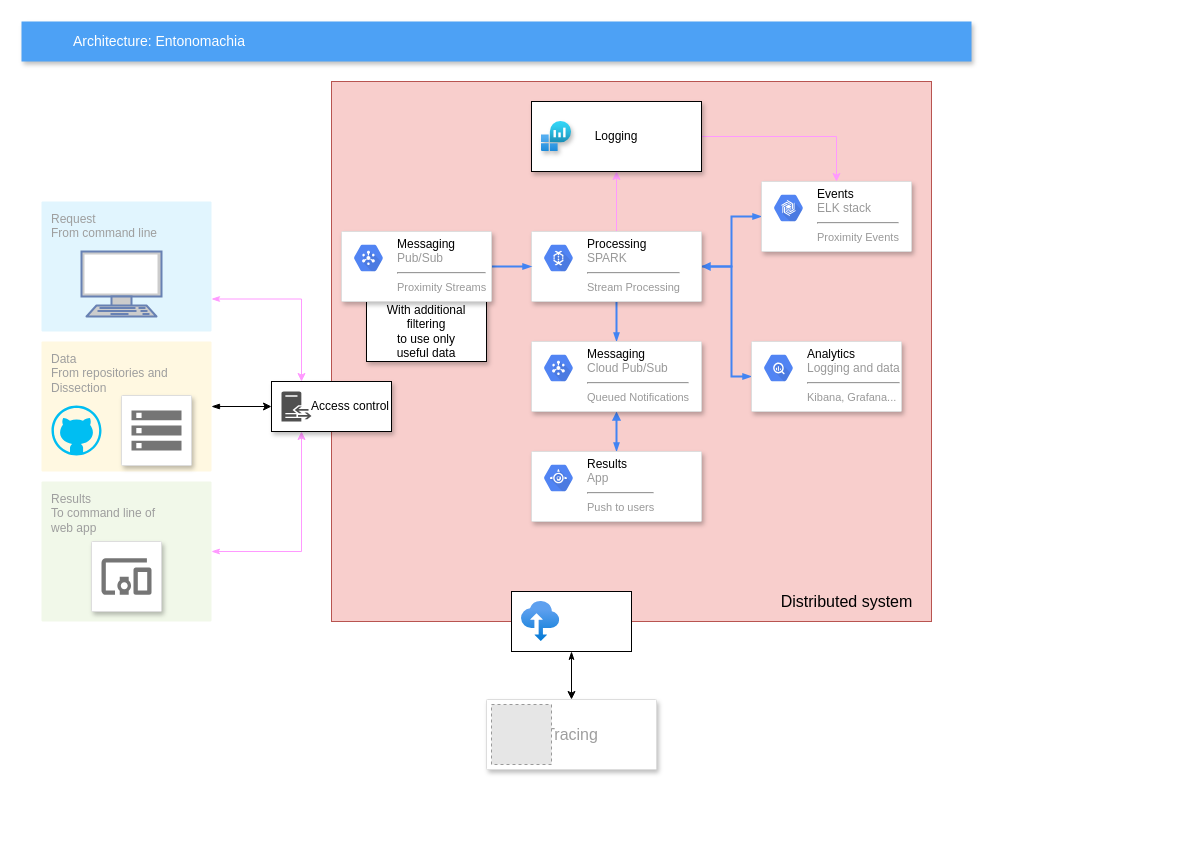
Earlier version of the draw.io diagram docs/Main.drawio (josura/Error-classification-ISD). Source tidied: cells renumbered, new cells numbered last; positions are measured from the earlier drawing's top-left corner, leaving out a move shared by most shapes. Both pictures are drawn from the tidied source at 100%, with x=0, y=0 at pixel (21, 21). Pictures stored in the file or linked from it are replaced by grey dashed boxes.
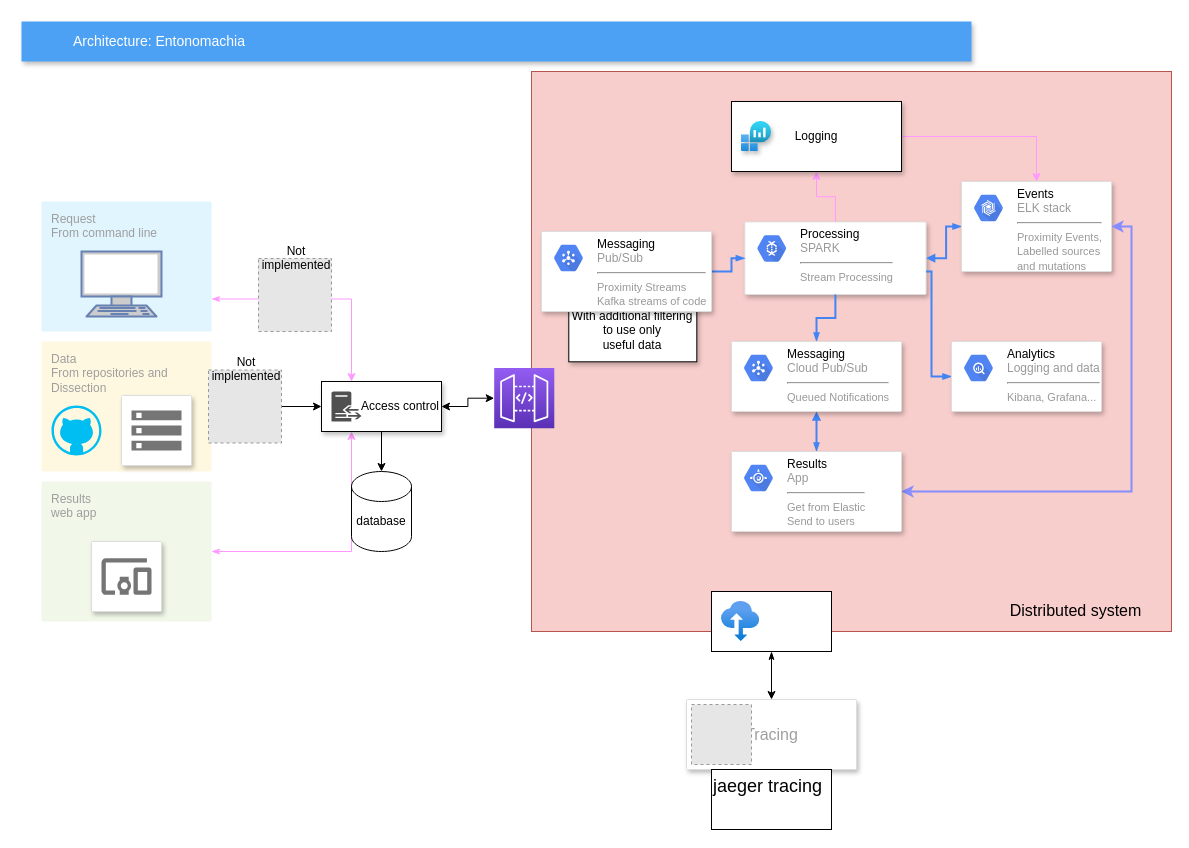
Above is the later version.

The edit, as a diff of the source:
```diff
@@
     <mxCell id="2" value="&lt;font style=&quot;font-size: 16px&quot;&gt;Tracing&lt;/font&gt;" style="strokeColor=#dddddd;fillColor=#ffffff;shadow=1;strokeWidth=1;rounded=1;absoluteArcSize=1;arcSize=2;fontSize=10;fontColor=#9E9E9E;align=center;html=1;" parent="1" vertex="1">
-      <mxGeometry x="465" y="678" width="170" height="70" as="geometry" />
+      <mxGeometry x="665" y="678" width="170" height="70" as="geometry" />
     </mxCell>
     <mxCell id="3" style="fillColor=#f8cecc;strokeColor=#b85450;shadow=0;fontSize=14;align=left;spacing=10;9E9E9E;verticalAlign=top;spacingTop=-4;fontStyle=0;spacingLeft=40;html=1;" parent="1" vertex="1">
-      <mxGeometry x="310" y="60" width="600" height="540" as="geometry" />
+      <mxGeometry x="510" y="50" width="640" height="560" as="geometry" />
     </mxCell>
     <mxCell id="4" value="&lt;div&gt;With additional filtering&lt;/div&gt;&lt;div&gt;to use only &lt;br&gt;&lt;/div&gt;&lt;div&gt;useful data&lt;br&gt;&lt;/div&gt;" style="rounded=0;whiteSpace=wrap;html=1;glass=0;shadow=1;" parent="3" vertex="1">
-      <mxGeometry x="35" y="220" width="120" height="60" as="geometry" />
+      <mxGeometry x="37.3" y="228.1" width="128" height="62.2" as="geometry" />
     </mxCell>
     <mxCell id="5" value="&lt;font style=&quot;font-size: 16px&quot;&gt;Distributed system&lt;/font&gt;" style="text;html=1;align=center;verticalAlign=middle;" parent="3" vertex="1">
-      <mxGeometry x="440" y="510" width="150" height="20" as="geometry" />
+      <mxGeometry x="469.3" y="528.9" width="150" height="20" as="geometry" />
     </mxCell>
+    <mxCell id="21" style="strokeColor=#dddddd;fillColor=#ffffff;shadow=1;strokeWidth=1;rounded=1;absoluteArcSize=1;arcSize=2;fontSize=10;fontColor=#9E9E9E;align=center;html=1;" parent="3" vertex="1">
+      <mxGeometry x="213.3" y="150.4" width="181.3" height="72.6" as="geometry" />
+    </mxCell>
+    <mxCell id="22" value="&lt;font color=&quot;#000000&quot;&gt;Processing&lt;/font&gt;&lt;br&gt;SPARK&lt;br&gt;&lt;hr&gt;&lt;font style=&quot;font-size: 11px&quot;&gt;Stream Processing&lt;/font&gt;" style="dashed=0;html=1;fillColor=#5184F3;strokeColor=none;shape=mxgraph.gcp2.hexIcon;prIcon=cloud_dataflow;labelPosition=right;verticalLabelPosition=middle;align=left;verticalAlign=top;spacingLeft=5;fontColor=#999999;fontSize=12;spacingTop=-8;" parent="21" vertex="1">
+      <mxGeometry width="44" height="39" relative="1" as="geometry">
+        <mxPoint x="5" y="7" as="offset" />
+      </mxGeometry>
+    </mxCell>
+    <mxCell id="46" style="sketch=0;points=[[0,0,0],[0.25,0,0],[0.5,0,0],[0.75,0,0],[1,0,0],[0,1,0],[0.25,1,0],[0.5,1,0],[0.75,1,0],[1,1,0],[0,0.25,0],[0,0.5,0],[0,0.75,0],[1,0.25,0],[1,0.5,0],[1,0.75,0]];outlineConnect=0;fontColor=#232F3E;gradientColor=#945DF2;gradientDirection=north;fillColor=#5A30B5;strokeColor=#ffffff;dashed=0;verticalLabelPosition=bottom;verticalAlign=top;align=center;html=1;fontSize=12;fontStyle=0;shape=mxgraph.aws4.resourceIcon;resIcon=mxgraph.aws4.api_gateway;" parent="3" vertex="1">
+      <mxGeometry x="-37.3" y="296.6" width="60.1" height="60.1" as="geometry" />
+    </mxCell>
@@
-    <mxCell id="12" value="&lt;div&gt;Results&lt;/div&gt;&lt;div&gt;To command line of&lt;/div&gt;&lt;div&gt;web app&lt;br&gt;&lt;/div&gt;" style="rounded=1;absoluteArcSize=1;arcSize=2;html=1;strokeColor=none;gradientColor=none;shadow=0;dashed=0;fontSize=12;fontColor=#9E9E9E;align=left;verticalAlign=top;spacing=10;spacingTop=-4;fillColor=#F1F8E9;" parent="1" vertex="1">
+    <mxCell id="12" value="&lt;div&gt;Results&lt;/div&gt;&lt;div&gt;web app&lt;br&gt;&lt;/div&gt;" style="rounded=1;absoluteArcSize=1;arcSize=2;html=1;strokeColor=none;gradientColor=none;shadow=0;dashed=0;fontSize=12;fontColor=#9E9E9E;align=left;verticalAlign=top;spacing=10;spacingTop=-4;fillColor=#F1F8E9;" parent="1" vertex="1">
       <mxGeometry x="20" y="460" width="170" height="140" as="geometry" />
     </mxCell>
@@
     <mxCell id="18" style="edgeStyle=orthogonalEdgeStyle;rounded=0;html=1;labelBackgroundColor=none;startFill=1;startSize=4;endArrow=blockThin;endFill=1;endSize=4;jettySize=auto;strokeColor=#4284F3;strokeWidth=2;fontSize=12;fontColor=#000000;align=center;dashed=0;" parent="1" edge="1" source="21" target="31">
       <mxGeometry relative="1" as="geometry">
         <Array as="points">
-          <mxPoint x="710" y="245" />
-          <mxPoint x="710" y="355" />
+          <mxPoint x="910" y="250" />
+          <mxPoint x="910" y="355" />
         </Array>
       </mxGeometry>
     </mxCell>
@@
-    <mxCell id="21" style="strokeColor=#dddddd;fillColor=#ffffff;shadow=1;strokeWidth=1;rounded=1;absoluteArcSize=1;arcSize=2;fontSize=10;fontColor=#9E9E9E;align=center;html=1;" parent="1" vertex="1">
-      <mxGeometry x="510" y="210" width="170" height="70" as="geometry" />
-    </mxCell>
-    <mxCell id="22" value="&lt;font color=&quot;#000000&quot;&gt;Processing&lt;/font&gt;&lt;br&gt;SPARK&lt;br&gt;&lt;hr&gt;&lt;font style=&quot;font-size: 11px&quot;&gt;Stream Processing&lt;/font&gt;" style="dashed=0;html=1;fillColor=#5184F3;strokeColor=none;shape=mxgraph.gcp2.hexIcon;prIcon=cloud_dataflow;labelPosition=right;verticalLabelPosition=middle;align=left;verticalAlign=top;spacingLeft=5;fontColor=#999999;fontSize=12;spacingTop=-8;" parent="21" vertex="1">
-      <mxGeometry width="44" height="39" relative="1" as="geometry">
-        <mxPoint x="5" y="7" as="offset" />
-      </mxGeometry>
-    </mxCell>
@@
     <mxCell id="24" style="strokeColor=#dddddd;fillColor=#ffffff;shadow=1;strokeWidth=1;rounded=1;absoluteArcSize=1;arcSize=2;fontSize=10;fontColor=#9E9E9E;align=center;html=1;" parent="1" vertex="1">
-      <mxGeometry x="320" y="210" width="150" height="70" as="geometry" />
+      <mxGeometry x="520" y="210" width="170" height="80" as="geometry" />
     </mxCell>
-    <mxCell id="25" value="&lt;font color=&quot;#000000&quot;&gt;Messaging&lt;/font&gt;&lt;br&gt;Pub/Sub&lt;hr&gt;&lt;font style=&quot;font-size: 11px&quot;&gt;Proximity Streams&lt;/font&gt;" style="dashed=0;html=1;fillColor=#5184F3;strokeColor=none;shape=mxgraph.gcp2.hexIcon;prIcon=cloud_pubsub;labelPosition=right;verticalLabelPosition=middle;align=left;verticalAlign=top;spacingLeft=5;fontColor=#999999;fontSize=12;spacingTop=-8;" parent="24" vertex="1">
+    <mxCell id="25" value="&lt;font color=&quot;#000000&quot;&gt;Messaging&lt;/font&gt;&lt;br&gt;Pub/Sub&lt;hr&gt;&lt;div&gt;&lt;font style=&quot;font-size: 11px&quot;&gt;Proximity Streams&lt;/font&gt;&lt;/div&gt;&lt;div&gt;&lt;font style=&quot;font-size: 11px&quot;&gt;Kafka streams of code&lt;br&gt;&lt;/font&gt;&lt;/div&gt;" style="dashed=0;html=1;fillColor=#5184F3;strokeColor=none;shape=mxgraph.gcp2.hexIcon;prIcon=cloud_pubsub;labelPosition=right;verticalLabelPosition=middle;align=left;verticalAlign=top;spacingLeft=5;fontColor=#999999;fontSize=12;spacingTop=-8;" parent="24" vertex="1">
       <mxGeometry width="44" height="39" relative="1" as="geometry">
         <mxPoint x="5" y="7" as="offset" />
       </mxGeometry>
     </mxCell>
     <mxCell id="26" style="strokeColor=#dddddd;fillColor=#ffffff;shadow=1;strokeWidth=1;rounded=1;absoluteArcSize=1;arcSize=2;fontSize=10;fontColor=#9E9E9E;align=center;html=1;" parent="1" vertex="1">
-      <mxGeometry x="740" y="160" width="150" height="70" as="geometry" />
+      <mxGeometry x="940" y="160" width="150" height="90" as="geometry" />
     </mxCell>
-    <mxCell id="27" value="&lt;font color=&quot;#000000&quot;&gt;Events&lt;/font&gt;&lt;br&gt;ELK stack&lt;br&gt;&lt;hr&gt;&lt;font style=&quot;font-size: 11px&quot;&gt;Proximity Events&lt;/font&gt;" style="dashed=0;html=1;fillColor=#5184F3;strokeColor=none;shape=mxgraph.gcp2.hexIcon;prIcon=cloud_bigtable;labelPosition=right;verticalLabelPosition=middle;align=left;verticalAlign=top;spacingLeft=5;fontColor=#999999;fontSize=12;spacingTop=-8;" parent="26" vertex="1">
+    <mxCell id="27" value="&lt;font color=&quot;#000000&quot;&gt;Events&lt;/font&gt;&lt;br&gt;ELK stack&lt;br&gt;&lt;hr&gt;&lt;div&gt;&lt;font style=&quot;font-size: 11px&quot;&gt;Proximity Events, &lt;br&gt;&lt;/font&gt;&lt;/div&gt;&lt;div&gt;&lt;font style=&quot;font-size: 11px&quot;&gt;Labelled sources &lt;br&gt;&lt;/font&gt;&lt;/div&gt;&lt;div&gt;&lt;font style=&quot;font-size: 11px&quot;&gt;and mutations&lt;br&gt;&lt;/font&gt;&lt;/div&gt;" style="dashed=0;html=1;fillColor=#5184F3;strokeColor=none;shape=mxgraph.gcp2.hexIcon;prIcon=cloud_bigtable;labelPosition=right;verticalLabelPosition=middle;align=left;verticalAlign=top;spacingLeft=5;fontColor=#999999;fontSize=12;spacingTop=-8;" parent="26" vertex="1">
       <mxGeometry width="44" height="39" relative="1" as="geometry">
         <mxPoint x="5" y="7" as="offset" />
       </mxGeometry>
     </mxCell>
@@
     <mxCell id="29" style="strokeColor=#dddddd;fillColor=#ffffff;shadow=1;strokeWidth=1;rounded=1;absoluteArcSize=1;arcSize=2;fontSize=10;fontColor=#9E9E9E;align=center;html=1;" parent="1" vertex="1">
-      <mxGeometry x="510" y="320" width="170" height="70" as="geometry" />
+      <mxGeometry x="710" y="320" width="170" height="70" as="geometry" />
     </mxCell>
@@
     <mxCell id="31" style="strokeColor=#dddddd;fillColor=#ffffff;shadow=1;strokeWidth=1;rounded=1;absoluteArcSize=1;arcSize=2;fontSize=10;fontColor=#9E9E9E;align=center;html=1;" parent="1" vertex="1">
-      <mxGeometry x="730" y="320" width="150" height="70" as="geometry" />
+      <mxGeometry x="930" y="320" width="150" height="70" as="geometry" />
     </mxCell>
@@
+    <mxCell id="47" style="edgeStyle=orthogonalEdgeStyle;rounded=0;jettySize=auto;html=1;exitX=1;exitY=0.5;exitDx=0;exitDy=0;entryX=1;entryY=0.5;entryDx=0;entryDy=0;startArrow=classic;startFill=1;strokeColor=#858DFF;strokeWidth=2;" parent="1" edge="1" source="33" target="26">
+      <mxGeometry relative="1" as="geometry" />
+    </mxCell>
     <mxCell id="33" style="strokeColor=#dddddd;fillColor=#ffffff;shadow=1;strokeWidth=1;rounded=1;absoluteArcSize=1;arcSize=2;fontSize=10;fontColor=#9E9E9E;align=center;html=1;" parent="1" vertex="1">
-      <mxGeometry x="510" y="430" width="170" height="70" as="geometry" />
+      <mxGeometry x="710" y="430" width="170" height="80" as="geometry" />
     </mxCell>
-    <mxCell id="34" value="&lt;font color=&quot;#000000&quot;&gt;Results&lt;/font&gt;&lt;br&gt;App &lt;br&gt;&lt;hr&gt;&lt;font style=&quot;font-size: 11px&quot;&gt;Push to users&lt;br&gt;&lt;/font&gt;" style="dashed=0;html=1;fillColor=#5184F3;strokeColor=none;shape=mxgraph.gcp2.hexIcon;prIcon=app_engine;labelPosition=right;verticalLabelPosition=middle;align=left;verticalAlign=top;spacingLeft=5;fontColor=#999999;fontSize=12;spacingTop=-8;" parent="33" vertex="1">
+    <mxCell id="34" value="&lt;font color=&quot;#000000&quot;&gt;Results&lt;/font&gt;&lt;br&gt;App &lt;br&gt;&lt;hr&gt;&lt;div&gt;&lt;font style=&quot;font-size: 11px&quot;&gt;Get from Elastic&lt;br&gt;&lt;/font&gt;&lt;/div&gt;&lt;div&gt;&lt;font style=&quot;font-size: 11px&quot;&gt;Send to users&lt;/font&gt;&lt;/div&gt;" style="dashed=0;html=1;fillColor=#5184F3;strokeColor=none;shape=mxgraph.gcp2.hexIcon;prIcon=app_engine;labelPosition=right;verticalLabelPosition=middle;align=left;verticalAlign=top;spacingLeft=5;fontColor=#999999;fontSize=12;spacingTop=-8;" parent="33" vertex="1">
       <mxGeometry width="44" height="39" relative="1" as="geometry">
         <mxPoint x="5" y="7" as="offset" />
       </mxGeometry>
     </mxCell>
@@
     <mxCell id="38" value="Logging" style="rounded=0;whiteSpace=wrap;html=1;shadow=1;glass=0;gradientColor=none;" parent="1" vertex="1">
-      <mxGeometry x="510" y="80" width="170" height="70" as="geometry" />
+      <mxGeometry x="710" y="80" width="170" height="70" as="geometry" />
     </mxCell>
     <mxCell id="39" style="html=1;align=center;image;fontSize=12;image=img/lib/azure2/analytics/Log_Analytics_Workspaces.svg;shadow=1;glass=0;gradientColor=none;" parent="1" vertex="1">
-      <mxGeometry x="520" y="100" width="30" height="30" as="geometry" />
+      <mxGeometry x="720" y="100" width="30" height="30" as="geometry" />
     </mxCell>
-    <mxCell id="40" value="&lt;div align=&quot;right&quot;&gt;Access control&lt;/div&gt;" style="rounded=0;whiteSpace=wrap;html=1;shadow=1;align=right;" parent="1" vertex="1">
-      <mxGeometry x="250" y="360" width="120" height="50" as="geometry" />
-    </mxCell>
-    <mxCell id="41" style="shadow=0;dashed=0;html=1;strokeColor=none;fillColor=#505050;labelPosition=center;verticalLabelPosition=bottom;verticalAlign=top;align=center;shape=mxgraph.office.servers.reverse_proxy;" parent="1" vertex="1">
-      <mxGeometry x="260" y="370" width="30" height="30" as="geometry" />
-    </mxCell>
@@
     <mxCell id="43" style="rounded=0;whiteSpace=wrap;html=1;" parent="1" vertex="1">
-      <mxGeometry x="490" y="570" width="120" height="60" as="geometry" />
+      <mxGeometry x="690" y="570" width="120" height="60" as="geometry" />
     </mxCell>
     <mxCell id="44" style="html=1;align=center;image;fontSize=12;image=img/lib/azure2/storage/Import_Export_Jobs.svg;" parent="1" vertex="1">
-      <mxGeometry x="500" y="580" width="38.2" height="40" as="geometry" />
+      <mxGeometry x="700" y="580" width="38.2" height="40" as="geometry" />
     </mxCell>
     <mxCell id="45" style="fillColor=#E6E6E6;strokeColor=#999999;dashed=1;html=1;verticalAlign=top;verticalLabelPosition=bottom;labelBackgroundColor=#ffffff;" parent="1" vertex="1">
-      <mxGeometry x="470" y="683" width="60" height="60" as="geometry" />
+      <mxGeometry x="670" y="683" width="60" height="60" as="geometry" />
     </mxCell>
+    <mxCell id="48" style="rounded=0;whiteSpace=wrap;html=1;" parent="1" vertex="1">
+      <mxGeometry x="690" y="748" width="120" height="60" as="geometry" />
+    </mxCell>
+    <mxCell id="49" value="&lt;font style=&quot;font-size: 18px&quot;&gt;jaeger tracing&lt;/font&gt;" style="text;html=1;strokeColor=none;fillColor=none;align=left;verticalAlign=top;whiteSpace=wrap;rounded=0;labelPosition=center;verticalLabelPosition=middle;" parent="1" vertex="1">
+      <mxGeometry x="690" y="748" width="120" height="62" as="geometry" />
+    </mxCell>
+    <mxCell id="50" style="fillColor=#E6E6E6;strokeColor=#999999;dashed=1;html=1;verticalAlign=top;verticalLabelPosition=bottom;labelBackgroundColor=#ffffff;" parent="1" vertex="1">
+      <mxGeometry x="187" y="348.5" width="73" height="73" as="geometry" />
+    </mxCell>
+    <mxCell id="51" value="&lt;div&gt;Not implemented&lt;/div&gt;&lt;div&gt;&lt;br&gt;&lt;/div&gt;" style="text;html=1;strokeColor=none;fillColor=none;align=center;verticalAlign=middle;whiteSpace=wrap;rounded=0;" parent="1" vertex="1">
+      <mxGeometry x="190" y="345" width="70" height="20" as="geometry" />
+    </mxCell>
+    <mxCell id="52" style="edgeStyle=orthogonalEdgeStyle;rounded=0;jettySize=auto;html=1;exitX=0.5;exitY=1;exitDx=0;exitDy=0;entryX=0.5;entryY=0;entryDx=0;entryDy=0;entryPerimeter=0;" parent="1" edge="1" source="40" target="54">
+      <mxGeometry relative="1" as="geometry" />
+    </mxCell>
+    <mxCell id="53" style="edgeStyle=orthogonalEdgeStyle;rounded=0;jettySize=auto;html=1;exitX=1;exitY=0.5;exitDx=0;exitDy=0;startArrow=classic;startFill=1;" parent="1" edge="1" source="40" target="46">
+      <mxGeometry relative="1" as="geometry" />
+    </mxCell>
+    <mxCell id="40" value="&lt;div align=&quot;right&quot;&gt;Access control&lt;/div&gt;" style="rounded=0;whiteSpace=wrap;html=1;shadow=1;align=right;" parent="1" vertex="1">
+      <mxGeometry x="300" y="360" width="120" height="50" as="geometry" />
+    </mxCell>
+    <mxCell id="41" style="shadow=0;dashed=0;html=1;strokeColor=none;fillColor=#505050;labelPosition=center;verticalLabelPosition=bottom;verticalAlign=top;align=center;shape=mxgraph.office.servers.reverse_proxy;" parent="1" vertex="1">
+      <mxGeometry x="310" y="370" width="30" height="30" as="geometry" />
+    </mxCell>
+    <mxCell id="54" style="shape=cylinder3;whiteSpace=wrap;html=1;boundedLbl=1;backgroundOutline=1;size=15;align=left;verticalAlign=top;" parent="1" vertex="1">
+      <mxGeometry x="330" y="450" width="60" height="80" as="geometry" />
+    </mxCell>
+    <mxCell id="55" value="&lt;div&gt;database&lt;/div&gt;" style="text;html=1;strokeColor=none;fillColor=none;align=center;verticalAlign=middle;whiteSpace=wrap;rounded=0;" parent="1" vertex="1">
+      <mxGeometry x="340" y="490" width="40" height="20" as="geometry" />
+    </mxCell>
+    <mxCell id="56" style="fillColor=#E6E6E6;strokeColor=#999999;dashed=1;html=1;verticalAlign=top;verticalLabelPosition=bottom;labelBackgroundColor=#ffffff;" parent="1" vertex="1">
+      <mxGeometry x="237" y="237" width="73" height="73" as="geometry" />
+    </mxCell>
+    <mxCell id="57" value="&lt;div&gt;Not implemented&lt;/div&gt;&lt;div&gt;&lt;br&gt;&lt;/div&gt;" style="text;html=1;strokeColor=none;fillColor=none;align=center;verticalAlign=middle;whiteSpace=wrap;rounded=0;" parent="1" vertex="1">
+      <mxGeometry x="240" y="233.5" width="70" height="20" as="geometry" />
+    </mxCell>
```
